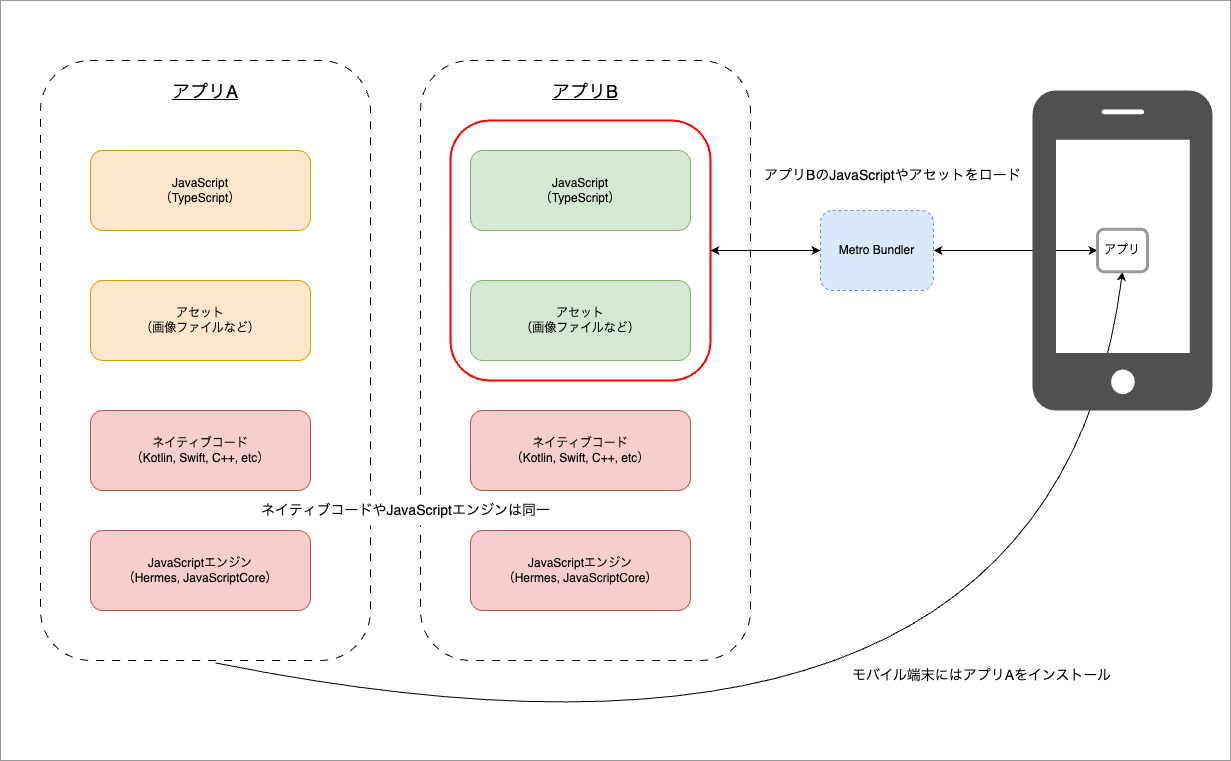
Above: website/docs/react-native/learn/basic-concepts/multi-app-on-one-app.drawio.png in ws-4020/mobile-app-crib-notes (draw.io), before the change. Source tidied: cells renumbered, new cells last; positions are measured from the earlier drawing's top-left corner, leaving out a move shared by most shapes.
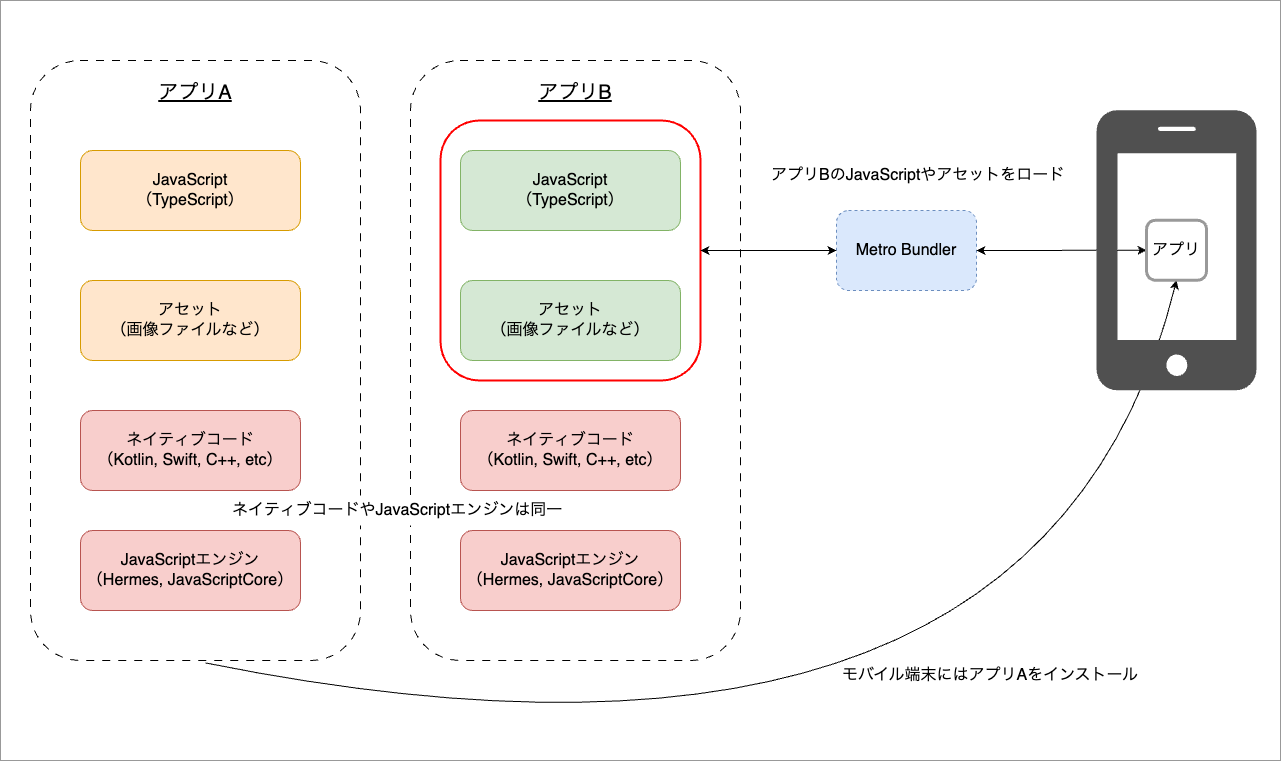
Above is the later version.

What changed in the source:
```diff
@@ -3,25 +3,25 @@
     <mxCell id="0" />
     <mxCell id="1" parent="0" />
     <mxCell id="2" style="rounded=0;whiteSpace=wrap;html=1;fillColor=none;align=center;verticalAlign=top;spacingLeft=0;spacingBottom=0;spacingTop=14;fontSize=18;fontStyle=4;strokeColor=#999999;" parent="1" vertex="1">
-      <mxGeometry width="1230" height="760" as="geometry" />
+      <mxGeometry x="10" width="1280" height="760" as="geometry" />
     </mxCell>
-    <mxCell id="3" value="アプリA" style="rounded=1;whiteSpace=wrap;html=1;fillColor=none;dashed=1;dashPattern=8 8;align=center;verticalAlign=top;spacingLeft=0;spacingBottom=0;spacingTop=14;fontSize=18;fontStyle=4;" parent="1" vertex="1">
+    <mxCell id="3" value="アプリA" style="rounded=1;whiteSpace=wrap;html=1;fillColor=none;dashed=1;dashPattern=8 8;align=center;verticalAlign=top;spacingLeft=0;spacingBottom=0;spacingTop=14;fontSize=20;fontStyle=4;" parent="1" vertex="1">
       <mxGeometry x="40" y="60" width="330" height="600" as="geometry" />
     </mxCell>
     <mxCell id="4" style="rounded=1;whiteSpace=wrap;html=1;fillColor=none;align=center;verticalAlign=top;spacingLeft=0;spacingBottom=0;spacingTop=14;fontSize=18;fontStyle=4;strokeColor=#FF0000;strokeWidth=2;" parent="1" vertex="1">
       <mxGeometry x="450" y="120" width="260" height="260" as="geometry" />
     </mxCell>
-    <mxCell id="5" value="JavaScript&lt;br style=&quot;font-size: 12px;&quot;&gt;（TypeScript）" style="rounded=1;whiteSpace=wrap;html=1;fontSize=12;align=center;verticalAlign=middle;fillColor=#ffe6cc;strokeColor=#d79b00;" parent="1" vertex="1">
+    <mxCell id="5" value="JavaScript&lt;br style=&quot;font-size: 16px;&quot;&gt;（TypeScript）" style="rounded=1;whiteSpace=wrap;html=1;fontSize=16;align=center;verticalAlign=middle;fillColor=#ffe6cc;strokeColor=#d79b00;" parent="1" vertex="1">
       <mxGeometry x="90" y="150" width="220" height="80" as="geometry" />
     </mxCell>
-    <mxCell id="6" value="アセット&lt;br style=&quot;font-size: 12px;&quot;&gt;（画像ファイルなど）" style="rounded=1;whiteSpace=wrap;html=1;fontSize=12;align=center;verticalAlign=middle;fillColor=#ffe6cc;strokeColor=#d79b00;" parent="1" vertex="1">
+    <mxCell id="6" value="アセット&lt;br style=&quot;font-size: 16px;&quot;&gt;（画像ファイルなど）" style="rounded=1;whiteSpace=wrap;html=1;fontSize=16;align=center;verticalAlign=middle;fillColor=#ffe6cc;strokeColor=#d79b00;" parent="1" vertex="1">
       <mxGeometry x="90" y="280" width="220" height="80" as="geometry" />
     </mxCell>
-    <mxCell id="7" value="Metro Bundler" style="rounded=1;whiteSpace=wrap;html=1;fontSize=12;align=center;verticalAlign=middle;fillColor=#dae8fc;strokeColor=#6c8ebf;dashed=1;" parent="1" vertex="1">
-      <mxGeometry x="820" y="210" width="113" height="80" as="geometry" />
+    <mxCell id="7" value="Metro Bundler" style="rounded=1;whiteSpace=wrap;html=1;fontSize=16;align=center;verticalAlign=middle;fillColor=#dae8fc;strokeColor=#6c8ebf;dashed=1;" parent="1" vertex="1">
+      <mxGeometry x="846" y="210" width="140" height="80" as="geometry" />
     </mxCell>
-    <mxCell id="8" value="モバイル端末にはアプリAをインストール" style="text;html=1;strokeColor=none;fillColor=none;align=left;verticalAlign=middle;whiteSpace=wrap;rounded=0;fontSize=14;" parent="1" vertex="1">
-      <mxGeometry x="850" y="660" width="280" height="30" as="geometry" />
+    <mxCell id="8" value="モバイル端末にはアプリAをインストール" style="text;html=1;strokeColor=none;fillColor=none;align=left;verticalAlign=middle;whiteSpace=wrap;rounded=0;fontSize=16;" parent="1" vertex="1">
+      <mxGeometry x="850" y="660" width="300" height="30" as="geometry" />
     </mxCell>
     <mxCell id="9" style="endArrow=classic;startArrow=classic;html=1;rounded=0;exitX=1;exitY=0.5;exitDx=0;exitDy=0;entryX=0;entryY=0.5;entryDx=0;entryDy=0;" parent="1" edge="1" source="4" target="7">
       <mxGeometry relative="1" as="geometry" />
@@ -29,25 +29,25 @@
     <mxCell id="10" style="endArrow=classic;startArrow=classic;html=1;rounded=0;exitX=1;exitY=0.5;exitDx=0;exitDy=0;entryX=0;entryY=0.5;entryDx=0;entryDy=0;" parent="1" edge="1" source="7" target="22">
       <mxGeometry relative="1" as="geometry" />
     </mxCell>
-    <mxCell id="11" value="ネイティブコード&lt;br style=&quot;font-size: 12px;&quot;&gt;（Kotlin, Swift, C++, etc）" style="rounded=1;whiteSpace=wrap;html=1;fontSize=12;align=center;verticalAlign=middle;fillColor=#f8cecc;strokeColor=#b85450;" parent="1" vertex="1">
+    <mxCell id="11" value="ネイティブコード&lt;br style=&quot;font-size: 16px;&quot;&gt;（Kotlin, Swift, C++, etc）" style="rounded=1;whiteSpace=wrap;html=1;fontSize=16;align=center;verticalAlign=middle;fillColor=#f8cecc;strokeColor=#b85450;" parent="1" vertex="1">
       <mxGeometry x="90" y="410" width="220" height="80" as="geometry" />
     </mxCell>
-    <mxCell id="12" value="JavaScriptエンジン&lt;br style=&quot;font-size: 12px;&quot;&gt;（Hermes, JavaScriptCore）" style="rounded=1;whiteSpace=wrap;html=1;fontSize=12;align=center;verticalAlign=middle;fillColor=#f8cecc;strokeColor=#b85450;" parent="1" vertex="1">
+    <mxCell id="12" value="JavaScriptエンジン&lt;br style=&quot;font-size: 16px;&quot;&gt;（Hermes, JavaScriptCore）" style="rounded=1;whiteSpace=wrap;html=1;fontSize=16;align=center;verticalAlign=middle;fillColor=#f8cecc;strokeColor=#b85450;" parent="1" vertex="1">
       <mxGeometry x="90" y="530" width="220" height="80" as="geometry" />
     </mxCell>
-    <mxCell id="13" value="アプリB" style="rounded=1;whiteSpace=wrap;html=1;fillColor=none;dashed=1;dashPattern=8 8;align=center;verticalAlign=top;spacingLeft=0;spacingBottom=0;spacingTop=14;fontSize=18;fontStyle=4;" parent="1" vertex="1">
+    <mxCell id="13" value="アプリB" style="rounded=1;whiteSpace=wrap;html=1;fillColor=none;dashed=1;dashPattern=8 8;align=center;verticalAlign=top;spacingLeft=0;spacingBottom=0;spacingTop=14;fontSize=20;fontStyle=4;" parent="1" vertex="1">
       <mxGeometry x="420" y="60" width="330" height="600" as="geometry" />
     </mxCell>
-    <mxCell id="14" value="JavaScript&lt;br style=&quot;font-size: 12px;&quot;&gt;（TypeScript）" style="rounded=1;whiteSpace=wrap;html=1;fontSize=12;align=center;verticalAlign=middle;fillColor=#d5e8d4;strokeColor=#82b366;" parent="1" vertex="1">
+    <mxCell id="14" value="JavaScript&lt;br style=&quot;font-size: 16px;&quot;&gt;（TypeScript）" style="rounded=1;whiteSpace=wrap;html=1;fontSize=16;align=center;verticalAlign=middle;fillColor=#d5e8d4;strokeColor=#82b366;" parent="1" vertex="1">
       <mxGeometry x="470" y="150" width="220" height="80" as="geometry" />
     </mxCell>
-    <mxCell id="15" value="アセット&lt;br style=&quot;font-size: 12px;&quot;&gt;（画像ファイルなど）" style="rounded=1;whiteSpace=wrap;html=1;fontSize=12;align=center;verticalAlign=middle;fillColor=#d5e8d4;strokeColor=#82b366;" parent="1" vertex="1">
+    <mxCell id="15" value="アセット&lt;br style=&quot;font-size: 16px;&quot;&gt;（画像ファイルなど）" style="rounded=1;whiteSpace=wrap;html=1;fontSize=16;align=center;verticalAlign=middle;fillColor=#d5e8d4;strokeColor=#82b366;" parent="1" vertex="1">
       <mxGeometry x="470" y="280" width="220" height="80" as="geometry" />
     </mxCell>
-    <mxCell id="16" value="ネイティブコード&lt;br style=&quot;font-size: 12px;&quot;&gt;（Kotlin, Swift, C++, etc）" style="rounded=1;whiteSpace=wrap;html=1;fontSize=12;align=center;verticalAlign=middle;fillColor=#f8cecc;strokeColor=#b85450;" parent="1" vertex="1">
+    <mxCell id="16" value="ネイティブコード&lt;br style=&quot;font-size: 16px;&quot;&gt;（Kotlin, Swift, C++, etc）" style="rounded=1;whiteSpace=wrap;html=1;fontSize=16;align=center;verticalAlign=middle;fillColor=#f8cecc;strokeColor=#b85450;" parent="1" vertex="1">
       <mxGeometry x="470" y="410" width="220" height="80" as="geometry" />
     </mxCell>
-    <mxCell id="17" value="JavaScriptエンジン&lt;br style=&quot;font-size: 12px;&quot;&gt;（Hermes, JavaScriptCore）" style="rounded=1;whiteSpace=wrap;html=1;fontSize=12;align=center;verticalAlign=middle;fillColor=#f8cecc;strokeColor=#b85450;" parent="1" vertex="1">
+    <mxCell id="17" value="JavaScriptエンジン&lt;br style=&quot;font-size: 16px;&quot;&gt;（Hermes, JavaScriptCore）" style="rounded=1;whiteSpace=wrap;html=1;fontSize=16;align=center;verticalAlign=middle;fillColor=#f8cecc;strokeColor=#b85450;" parent="1" vertex="1">
       <mxGeometry x="470" y="530" width="220" height="80" as="geometry" />
     </mxCell>
     <mxCell id="18" style="curved=1;endArrow=classic;html=1;rounded=0;exitX=0.53;exitY=1.004;exitDx=0;exitDy=0;exitPerimeter=0;entryX=0.5;entryY=1;entryDx=0;entryDy=0;" parent="1" edge="1" source="3" target="22">
@@ -57,17 +57,17 @@
         </Array>
       </mxGeometry>
     </mxCell>
-    <mxCell id="19" value="ネイティブコードやJavaScriptエンジンは同一" style="text;html=1;strokeColor=none;fillColor=default;align=left;verticalAlign=middle;whiteSpace=wrap;rounded=0;fontSize=14;" parent="1" vertex="1">
-      <mxGeometry x="259" y="495" width="300" height="30" as="geometry" />
+    <mxCell id="19" value="ネイティブコードやJavaScriptエンジンは同一" style="text;html=1;strokeColor=none;fillColor=default;align=left;verticalAlign=middle;whiteSpace=wrap;rounded=0;fontSize=16;" parent="1" vertex="1">
+      <mxGeometry x="240" y="495" width="341" height="30" as="geometry" />
     </mxCell>
-    <mxCell id="20" value="アプリBのJavaScriptやアセットをロード" style="text;html=1;strokeColor=none;fillColor=none;align=left;verticalAlign=middle;whiteSpace=wrap;rounded=0;fontSize=14;" parent="1" vertex="1">
-      <mxGeometry x="762" y="160" width="260" height="30" as="geometry" />
+    <mxCell id="20" value="アプリBのJavaScriptやアセットをロード" style="text;html=1;strokeColor=none;fillColor=none;align=left;verticalAlign=middle;whiteSpace=wrap;rounded=0;fontSize=16;" parent="1" vertex="1">
+      <mxGeometry x="779" y="160" width="298" height="30" as="geometry" />
     </mxCell>
     <mxCell id="21" style="shadow=0;dashed=0;html=1;strokeColor=none;fillColor=#505050;labelPosition=center;verticalLabelPosition=bottom;verticalAlign=top;align=center;shape=mxgraph.office.devices.cell_phone_iphone_proportional;" parent="1" vertex="1">
-      <mxGeometry x="1032" y="90" width="180" height="320" as="geometry" />
+      <mxGeometry x="1106" y="109.8" width="160" height="280" as="geometry" />
     </mxCell>
-    <mxCell id="22" value="アプリ" style="rounded=1;whiteSpace=wrap;html=1;strokeWidth=3;strokeColor=#999999;" parent="1" vertex="1">
-      <mxGeometry x="1097" y="228.8" width="50" height="42.5" as="geometry" />
+    <mxCell id="22" value="アプリ" style="rounded=1;whiteSpace=wrap;html=1;strokeWidth=3;strokeColor=#999999;fontSize=16;" parent="1" vertex="1">
+      <mxGeometry x="1156" y="219.8" width="60" height="60" as="geometry" />
     </mxCell>
   </root>
 </mxGraphModel>
```
